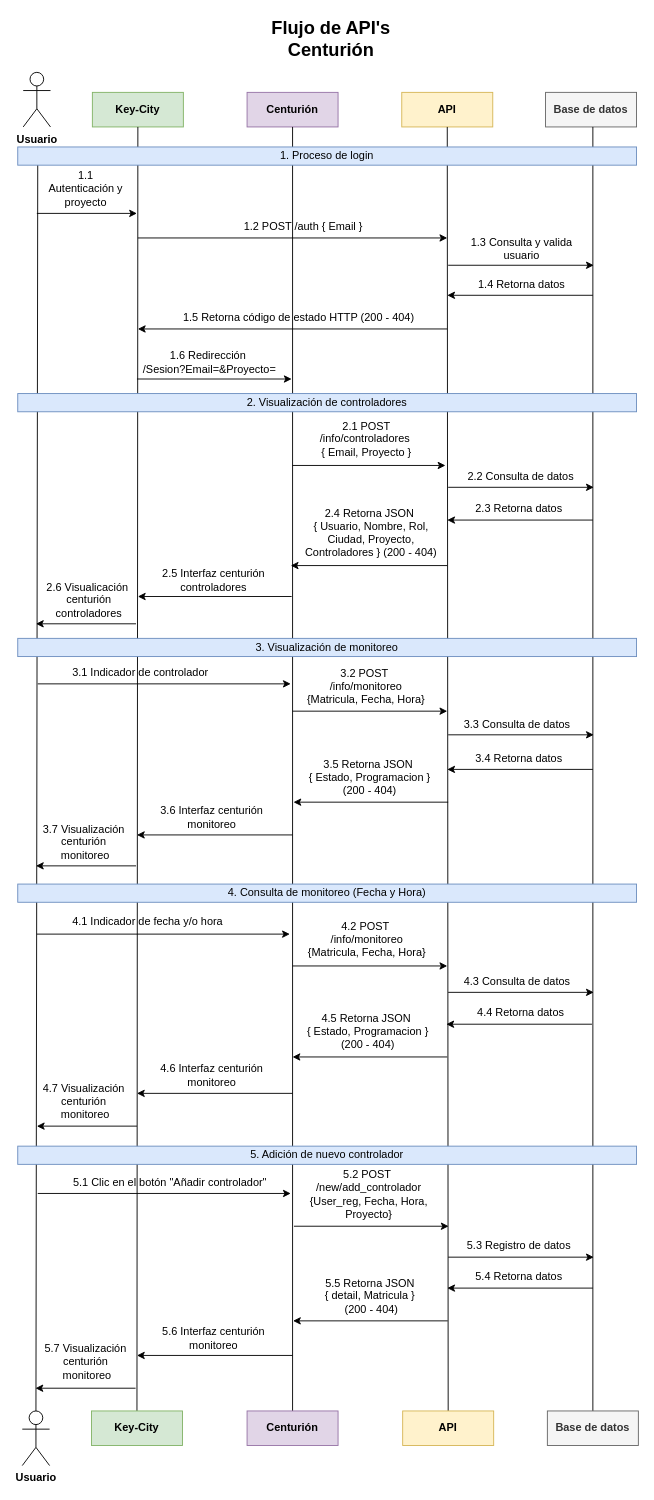
The draw.io diagram DiagramaCenturion.drawio in ChirinosM/Prueba, before the edit. Source tidied: cells renumbered, new cells numbered last; positions are measured from the earlier drawing's top-left corner, leaving out a move shared by most shapes. Both pictures are drawn from the tidied source at 91%, with x=0, y=0 at pixel (17, 24).
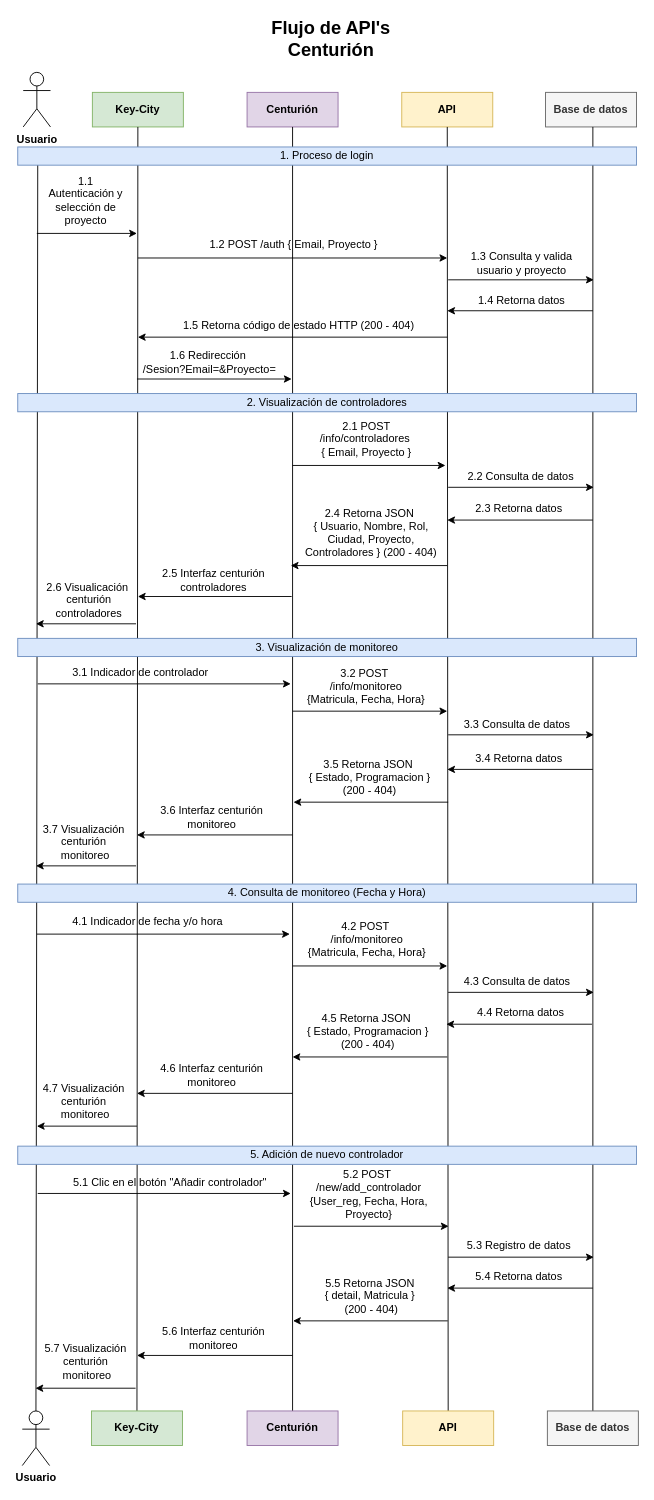
After the change.

What changed in the source:
```diff
@@
     <mxCell id="13" style="endArrow=classic;html=1;rounded=0;" parent="1" edge="1">
       <mxGeometry relative="1" as="geometry">
-        <mxPoint x="21" y="208" as="sourcePoint" />
-        <mxPoint x="131" y="208" as="targetPoint" />
+        <mxPoint x="21" y="230" as="sourcePoint" />
+        <mxPoint x="131" y="230" as="targetPoint" />
       </mxGeometry>
     </mxCell>
-    <mxCell id="14" value="1.1 Autenticación y proyecto" style="text;html=1;align=center;verticalAlign=middle;whiteSpace=wrap;rounded=0;" parent="1" vertex="1">
-      <mxGeometry x="29.5" y="166" width="90" height="30" as="geometry" />
+    <mxCell id="14" value="1.1 Autenticación y selección de proyecto" style="text;html=1;align=center;verticalAlign=middle;whiteSpace=wrap;rounded=0;" parent="1" vertex="1">
+      <mxGeometry x="29.5" y="179" width="90" height="30" as="geometry" />
     </mxCell>
     <mxCell id="15" style="endArrow=classic;html=1;rounded=0;" parent="1" edge="1">
       <mxGeometry relative="1" as="geometry">
-        <mxPoint x="132" y="235" as="sourcePoint" />
-        <mxPoint x="472" y="235" as="targetPoint" />
+        <mxPoint x="132" y="257" as="sourcePoint" />
+        <mxPoint x="472" y="257" as="targetPoint" />
       </mxGeometry>
     </mxCell>
-    <mxCell id="16" value="1.2 POST /auth { Email }" style="text;html=1;align=center;verticalAlign=middle;whiteSpace=wrap;rounded=0;" parent="1" vertex="1">
-      <mxGeometry x="240" y="208" width="148" height="30" as="geometry" />
+    <mxCell id="16" value="1.2 POST /auth { Email, Proyecto }" style="text;html=1;align=center;verticalAlign=middle;whiteSpace=wrap;rounded=0;" parent="1" vertex="1">
+      <mxGeometry x="206" y="227" width="195" height="30" as="geometry" />
     </mxCell>
     <mxCell id="17" style="endArrow=classic;html=1;rounded=0;" parent="1" edge="1">
       <mxGeometry relative="1" as="geometry">
-        <mxPoint x="473" y="265" as="sourcePoint" />
-        <mxPoint x="633" y="265" as="targetPoint" />
+        <mxPoint x="473" y="281" as="sourcePoint" />
+        <mxPoint x="633" y="281" as="targetPoint" />
       </mxGeometry>
     </mxCell>
-    <mxCell id="18" value="1.3 Consulta y valida usuario" style="text;html=1;align=center;verticalAlign=middle;whiteSpace=wrap;rounded=0;" parent="1" vertex="1">
-      <mxGeometry x="480" y="232" width="148" height="30" as="geometry" />
+    <mxCell id="18" value="1.3 Consulta y valida usuario y proyecto" style="text;html=1;align=center;verticalAlign=middle;whiteSpace=wrap;rounded=0;" parent="1" vertex="1">
+      <mxGeometry x="480" y="248" width="148" height="30" as="geometry" />
     </mxCell>
     <mxCell id="19" style="endArrow=classic;html=1;rounded=0;" parent="1" edge="1">
       <mxGeometry relative="1" as="geometry">
-        <mxPoint x="632" y="298" as="sourcePoint" />
-        <mxPoint x="472" y="298" as="targetPoint" />
+        <mxPoint x="632" y="315" as="sourcePoint" />
+        <mxPoint x="472" y="315" as="targetPoint" />
       </mxGeometry>
     </mxCell>
     <mxCell id="20" value="1.4 Retorna datos" style="text;html=1;align=center;verticalAlign=middle;whiteSpace=wrap;rounded=0;" parent="1" vertex="1">
-      <mxGeometry x="480" y="272" width="148" height="30" as="geometry" />
+      <mxGeometry x="480" y="289" width="148" height="30" as="geometry" />
     </mxCell>
     <mxCell id="21" style="endArrow=classic;html=1;rounded=0;" parent="1" edge="1">
       <mxGeometry relative="1" as="geometry">
-        <mxPoint x="472" y="335" as="sourcePoint" />
-        <mxPoint x="132" y="335" as="targetPoint" />
+        <mxPoint x="472" y="344" as="sourcePoint" />
+        <mxPoint x="132" y="344" as="targetPoint" />
       </mxGeometry>
     </mxCell>
     <mxCell id="22" value="1.5 Retorna código de estado HTTP (200 - 404)" style="text;html=1;align=center;verticalAlign=middle;whiteSpace=wrap;rounded=0;" parent="1" vertex="1">
-      <mxGeometry x="164" y="308" width="290" height="30" as="geometry" />
+      <mxGeometry x="164" y="317" width="290" height="30" as="geometry" />
     </mxCell>
```
